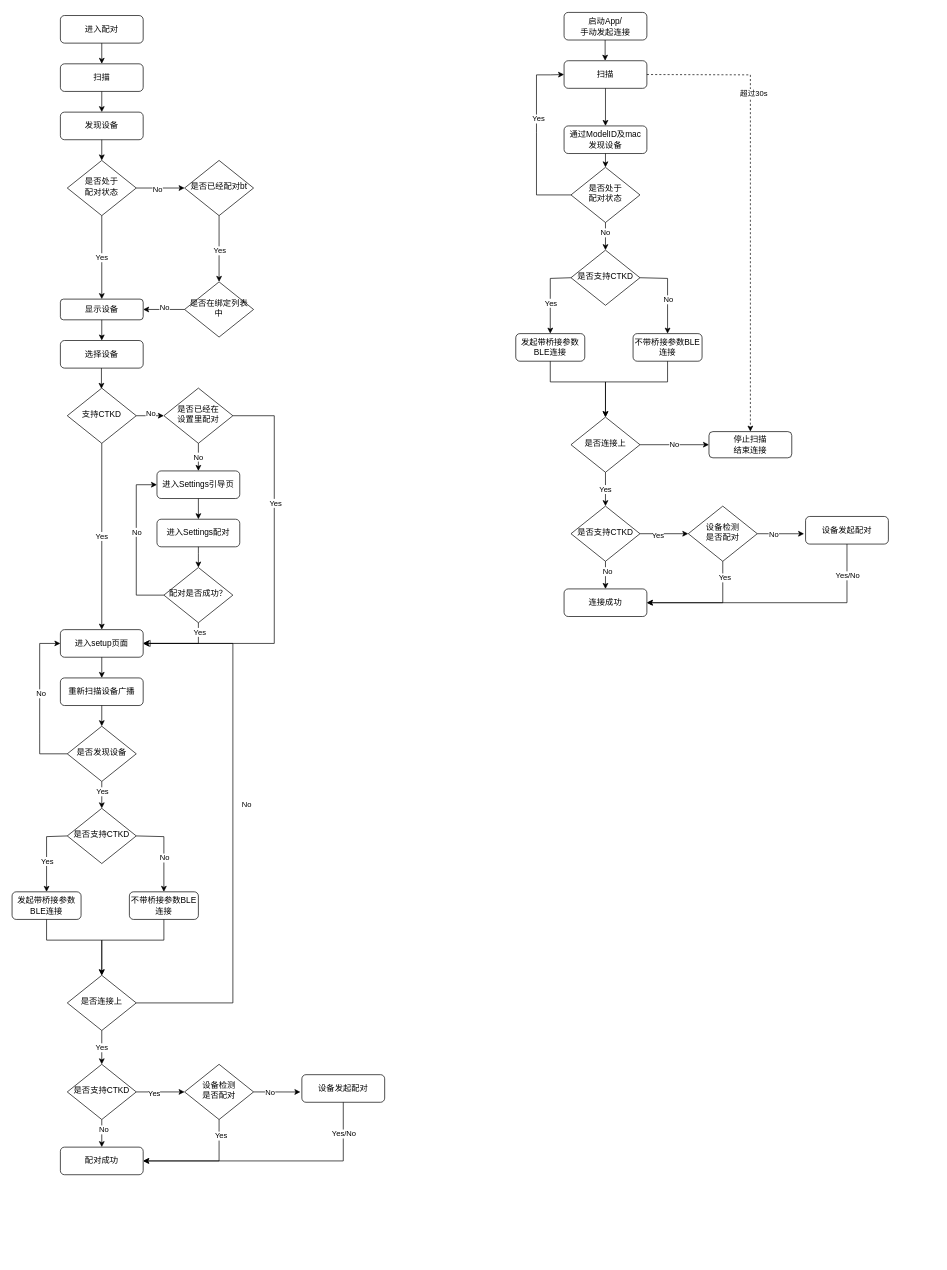
kuiiiiiii/ipaUpload keeps this draw.io diagram as 未命名绘图.drawio. Above is the earlier version. Source tidied: cells renumbered, new cells numbered last; positions are measured from the earlier drawing's top-left corner, leaving out a move shared by most shapes. Both pictures are drawn from the tidied source at 69%, with x=0, y=0 at pixel (12, 12).
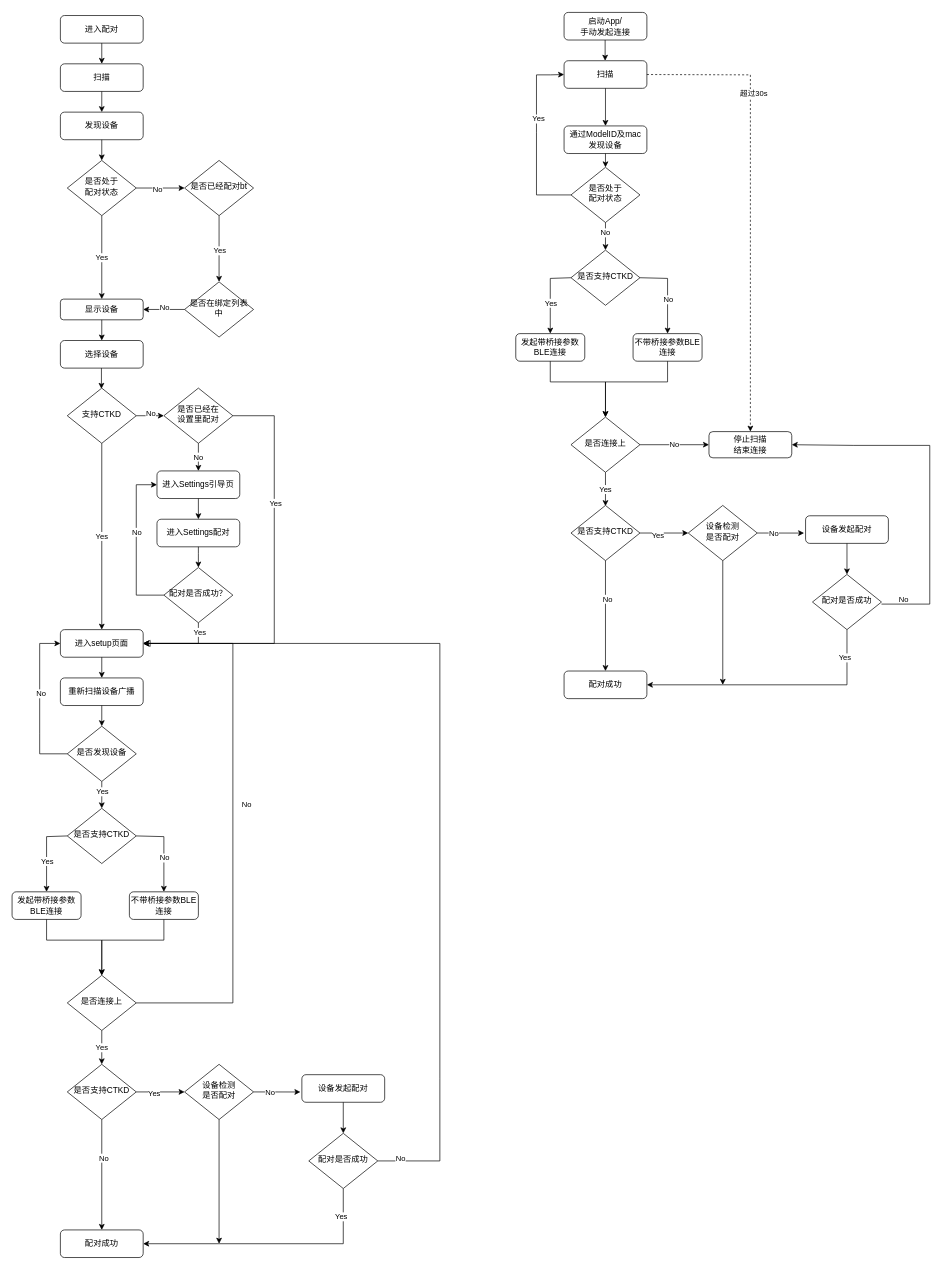
Above is the later version.

Unchanged cells that the change refers to:
```xml
<mxCell id="8" value="设备发起配对" style="rounded=1;whiteSpace=wrap;html=1;fontSize=12;glass=0;strokeWidth=1;shadow=0;" parent="1" vertex="1">
  <mxGeometry x="420" y="1539" width="120" height="40" as="geometry" />
</mxCell>
<mxCell id="18" value="设备检测&lt;br&gt;是否配对" style="rhombus;whiteSpace=wrap;html=1;shadow=0;fontFamily=Helvetica;fontSize=12;align=center;strokeWidth=1;spacing=6;spacingTop=-4;" parent="1" vertex="1">
  <mxGeometry x="250" y="1524" width="100" height="80" as="geometry" />
</mxCell>
<mxCell id="84" value="是否连接上" style="rhombus;whiteSpace=wrap;html=1;shadow=0;fontFamily=Helvetica;fontSize=12;align=center;strokeWidth=1;spacing=6;spacingTop=-4;" parent="1" vertex="1">
  <mxGeometry x="810" y="586" width="100" height="80" as="geometry" />
</mxCell>
<mxCell id="109" value="停止扫描&lt;br&gt;结束连接" style="rounded=1;whiteSpace=wrap;html=1;" parent="1" vertex="1">
  <mxGeometry x="1010" y="607" width="120" height="38" as="geometry" />
</mxCell>
```

Change to the diagram source:
```diff
@@
-    <mxCell id="21" style="endArrow=classic;html=1;rounded=0;exitX=0.5;exitY=1;exitDx=0;exitDy=0;" parent="1" edge="1" source="8">
+    <mxCell id="21" style="endArrow=classic;html=1;rounded=0;entryX=1;entryY=0.5;entryDx=0;entryDy=0;" parent="1" edge="1" target="77">
       <mxGeometry relative="1" as="geometry">
-        <mxPoint x="190" y="1664" as="targetPoint" />
+        <mxPoint x="480" y="1704" as="sourcePoint" />
         <Array as="points">
-          <mxPoint x="480" y="1664" />
+          <mxPoint x="480" y="1784" />
         </Array>
       </mxGeometry>
     </mxCell>
-    <mxCell id="22" value="Yes/No" style="edgeLabel;html=1;align=center;verticalAlign=middle;" parent="21" vertex="1">
+    <mxCell id="22" value="Yes" style="edgeLabel;html=1;align=center;verticalAlign=middle;" parent="21" vertex="1">
       <mxGeometry x="-0.44" y="-1" relative="1" as="geometry">
         <mxPoint x="20" y="-39" as="offset" />
       </mxGeometry>
     </mxCell>
@@
     <mxCell id="77" value="配对成功" style="rounded=1;whiteSpace=wrap;html=1;fontSize=12;glass=0;strokeWidth=1;shadow=0;" parent="1" vertex="1">
-      <mxGeometry x="70" y="1644" width="120" height="40" as="geometry" />
+      <mxGeometry x="70" y="1764" width="120" height="40" as="geometry" />
     </mxCell>
@@
-    <mxCell id="80" style="endArrow=classic;html=1;rounded=0;exitX=0.5;exitY=1;exitDx=0;exitDy=0;entryX=1;entryY=0.5;entryDx=0;entryDy=0;" parent="1" edge="1" source="18" target="77">
-      <mxGeometry relative="1" as="geometry">
-        <Array as="points">
-          <mxPoint x="300" y="1664" />
-        </Array>
-      </mxGeometry>
-    </mxCell>
-    <mxCell id="81" value="Yes" style="edgeLabel;html=1;align=center;verticalAlign=middle;" parent="80" vertex="1">
-      <mxGeometry x="-0.73" y="2" relative="1" as="geometry" />
-    </mxCell>
@@
-    <mxCell id="83" value="设备发起配对" style="rounded=1;whiteSpace=wrap;html=1;fontSize=12;glass=0;strokeWidth=1;shadow=0;" parent="1" vertex="1">
-      <mxGeometry x="1150" y="730" width="120" height="40" as="geometry" />
-    </mxCell>
@@
-    <mxCell id="86" style="edgeStyle=orthogonalEdgeStyle;rounded=0;jettySize=auto;html=1;exitX=1;exitY=0.5;exitDx=0;exitDy=0;entryX=0;entryY=0.5;entryDx=0;entryDy=0;" parent="1" edge="1" source="100" target="88">
-      <mxGeometry relative="1" as="geometry" />
-    </mxCell>
-    <mxCell id="87" value="Yes" style="edgeLabel;html=1;align=center;verticalAlign=middle;" parent="86" vertex="1">
-      <mxGeometry x="-0.28" y="-1" relative="1" as="geometry">
-        <mxPoint y="1" as="offset" />
-      </mxGeometry>
-    </mxCell>
-    <mxCell id="88" value="设备检测&lt;br&gt;是否配对" style="rhombus;whiteSpace=wrap;html=1;shadow=0;fontFamily=Helvetica;fontSize=12;align=center;strokeWidth=1;spacing=6;spacingTop=-4;" parent="1" vertex="1">
-      <mxGeometry x="980" y="715" width="100" height="80" as="geometry" />
-    </mxCell>
-    <mxCell id="89" style="endArrow=classic;html=1;rounded=0;exitX=1;exitY=0.5;exitDx=0;exitDy=0;entryX=-0.018;entryY=0.627;entryDx=0;entryDy=0;entryPerimeter=0;" parent="1" edge="1" source="88" target="83">
-      <mxGeometry relative="1" as="geometry" />
-    </mxCell>
-    <mxCell id="90" value="No" style="edgeLabel;html=1;align=center;verticalAlign=middle;" parent="89" vertex="1">
-      <mxGeometry x="-0.32" y="1" relative="1" as="geometry">
-        <mxPoint y="1" as="offset" />
-      </mxGeometry>
-    </mxCell>
-    <mxCell id="91" style="endArrow=classic;html=1;rounded=0;exitX=0.5;exitY=1;exitDx=0;exitDy=0;" parent="1" edge="1" source="83">
-      <mxGeometry relative="1" as="geometry">
-        <mxPoint x="920" y="855" as="targetPoint" />
-        <Array as="points">
-          <mxPoint x="1210" y="855" />
-        </Array>
-      </mxGeometry>
-    </mxCell>
-    <mxCell id="92" value="Yes/No" style="edgeLabel;html=1;align=center;verticalAlign=middle;" parent="91" vertex="1">
-      <mxGeometry x="-0.44" y="-1" relative="1" as="geometry">
-        <mxPoint x="20" y="-39" as="offset" />
-      </mxGeometry>
-    </mxCell>
@@
-    <mxCell id="100" value="是否支持CTKD" style="rhombus;whiteSpace=wrap;html=1;shadow=0;fontFamily=Helvetica;fontSize=12;align=center;strokeWidth=1;spacing=6;spacingTop=-4;" parent="1" vertex="1">
-      <mxGeometry x="810" y="715" width="100" height="80" as="geometry" />
-    </mxCell>
-    <mxCell id="101" value="Yes" style="endArrow=classic;html=1;rounded=0;exitX=0.5;exitY=1;exitDx=0;exitDy=0;entryX=0.5;entryY=0;entryDx=0;entryDy=0;" parent="1" edge="1" source="84" target="100">
-      <mxGeometry relative="1" as="geometry" />
+    <mxCell id="101" value="Yes" style="endArrow=classic;html=1;rounded=0;exitX=0.5;exitY=1;exitDx=0;exitDy=0;entryX=0.5;entryY=0;entryDx=0;entryDy=0;" parent="1" edge="1" source="84">
+      <mxGeometry relative="1" as="geometry">
+        <mxPoint x="860" y="715" as="targetPoint" />
+      </mxGeometry>
     </mxCell>
-    <mxCell id="102" value="连接成功" style="rounded=1;whiteSpace=wrap;html=1;fontSize=12;glass=0;strokeWidth=1;shadow=0;" parent="1" vertex="1">
-      <mxGeometry x="800" y="835" width="120" height="40" as="geometry" />
-    </mxCell>
-    <mxCell id="103" style="endArrow=classic;html=1;rounded=0;exitX=0.5;exitY=1;exitDx=0;exitDy=0;entryX=0.5;entryY=0;entryDx=0;entryDy=0;" parent="1" edge="1" source="100" target="102">
-      <mxGeometry relative="1" as="geometry" />
-    </mxCell>
-    <mxCell id="104" value="No" style="edgeLabel;html=1;align=center;verticalAlign=middle;" parent="103" vertex="1">
-      <mxGeometry x="-0.31" y="2" relative="1" as="geometry" />
-    </mxCell>
-    <mxCell id="105" style="endArrow=classic;html=1;rounded=0;exitX=0.5;exitY=1;exitDx=0;exitDy=0;entryX=1;entryY=0.5;entryDx=0;entryDy=0;" parent="1" edge="1" source="88" target="102">
-      <mxGeometry relative="1" as="geometry">
-        <Array as="points">
-          <mxPoint x="1030" y="855" />
-        </Array>
-      </mxGeometry>
-    </mxCell>
-    <mxCell id="106" value="Yes" style="edgeLabel;html=1;align=center;verticalAlign=middle;" parent="105" vertex="1">
-      <mxGeometry x="-0.73" y="2" relative="1" as="geometry" />
-    </mxCell>
@@
+    <mxCell id="114" value="配对是否成功" style="rhombus;whiteSpace=wrap;html=1;shadow=0;fontFamily=Helvetica;fontSize=12;align=center;strokeWidth=1;spacing=6;spacingTop=-4;" parent="1" vertex="1">
+      <mxGeometry x="430" y="1624" width="100" height="80" as="geometry" />
+    </mxCell>
+    <mxCell id="115" style="endArrow=classic;html=1;rounded=0;exitX=0.5;exitY=1;exitDx=0;exitDy=0;" parent="1" edge="1" source="18">
+      <mxGeometry relative="1" as="geometry">
+        <mxPoint x="300" y="1784" as="targetPoint" />
+      </mxGeometry>
+    </mxCell>
+    <mxCell id="116" style="endArrow=classic;html=1;rounded=0;exitX=0.5;exitY=1;exitDx=0;exitDy=0;entryX=0.5;entryY=0;entryDx=0;entryDy=0;" parent="1" edge="1" source="8" target="114">
+      <mxGeometry relative="1" as="geometry" />
+    </mxCell>
+    <mxCell id="117" style="endArrow=classic;html=1;rounded=0;exitX=1;exitY=0.5;exitDx=0;exitDy=0;" parent="1" edge="1" source="114">
+      <mxGeometry relative="1" as="geometry">
+        <mxPoint x="190" y="914" as="targetPoint" />
+        <Array as="points">
+          <mxPoint x="620" y="1664" />
+          <mxPoint x="620" y="1544" />
+          <mxPoint x="620" y="914" />
+        </Array>
+      </mxGeometry>
+    </mxCell>
+    <mxCell id="118" value="No" style="edgeLabel;html=1;align=center;verticalAlign=middle;" parent="117" vertex="1">
+      <mxGeometry x="-0.95" y="5" relative="1" as="geometry" />
+    </mxCell>
+    <mxCell id="83" value="设备发起配对" style="rounded=1;whiteSpace=wrap;html=1;fontSize=12;glass=0;strokeWidth=1;shadow=0;" parent="1" vertex="1">
+      <mxGeometry x="1150" y="729" width="120" height="40" as="geometry" />
+    </mxCell>
+    <mxCell id="86" style="edgeStyle=orthogonalEdgeStyle;rounded=0;jettySize=auto;html=1;exitX=1;exitY=0.5;exitDx=0;exitDy=0;entryX=0;entryY=0.5;entryDx=0;entryDy=0;" parent="1" edge="1" source="100" target="88">
+      <mxGeometry relative="1" as="geometry" />
+    </mxCell>
+    <mxCell id="119" value="Yes" style="edgeLabel;html=1;align=center;verticalAlign=middle;" parent="86" vertex="1">
+      <mxGeometry x="-0.28" y="-1" relative="1" as="geometry">
+        <mxPoint y="1" as="offset" />
+      </mxGeometry>
+    </mxCell>
+    <mxCell id="88" value="设备检测&lt;br&gt;是否配对" style="rhombus;whiteSpace=wrap;html=1;shadow=0;fontFamily=Helvetica;fontSize=12;align=center;strokeWidth=1;spacing=6;spacingTop=-4;" parent="1" vertex="1">
+      <mxGeometry x="980" y="714" width="100" height="80" as="geometry" />
+    </mxCell>
+    <mxCell id="89" style="endArrow=classic;html=1;rounded=0;exitX=1;exitY=0.5;exitDx=0;exitDy=0;entryX=-0.018;entryY=0.627;entryDx=0;entryDy=0;entryPerimeter=0;" parent="1" edge="1" source="88" target="83">
+      <mxGeometry relative="1" as="geometry" />
+    </mxCell>
+    <mxCell id="120" value="No" style="edgeLabel;html=1;align=center;verticalAlign=middle;" parent="89" vertex="1">
+      <mxGeometry x="-0.32" y="1" relative="1" as="geometry">
+        <mxPoint y="1" as="offset" />
+      </mxGeometry>
+    </mxCell>
+    <mxCell id="121" style="endArrow=classic;html=1;rounded=0;entryX=1;entryY=0.5;entryDx=0;entryDy=0;" parent="1" edge="1" target="123">
+      <mxGeometry relative="1" as="geometry">
+        <mxPoint x="1210" y="894" as="sourcePoint" />
+        <Array as="points">
+          <mxPoint x="1210" y="974" />
+        </Array>
+      </mxGeometry>
+    </mxCell>
+    <mxCell id="122" value="Yes" style="edgeLabel;html=1;align=center;verticalAlign=middle;" parent="121" vertex="1">
+      <mxGeometry x="-0.44" y="-1" relative="1" as="geometry">
+        <mxPoint x="20" y="-39" as="offset" />
+      </mxGeometry>
+    </mxCell>
+    <mxCell id="100" value="是否支持CTKD" style="rhombus;whiteSpace=wrap;html=1;shadow=0;fontFamily=Helvetica;fontSize=12;align=center;strokeWidth=1;spacing=6;spacingTop=-4;" parent="1" vertex="1">
+      <mxGeometry x="810" y="714" width="100" height="80" as="geometry" />
+    </mxCell>
+    <mxCell id="123" value="配对成功" style="rounded=1;whiteSpace=wrap;html=1;fontSize=12;glass=0;strokeWidth=1;shadow=0;" parent="1" vertex="1">
+      <mxGeometry x="800" y="954" width="120" height="40" as="geometry" />
+    </mxCell>
+    <mxCell id="124" style="endArrow=classic;html=1;rounded=0;exitX=0.5;exitY=1;exitDx=0;exitDy=0;entryX=0.5;entryY=0;entryDx=0;entryDy=0;" parent="1" edge="1" source="100" target="123">
+      <mxGeometry relative="1" as="geometry" />
+    </mxCell>
+    <mxCell id="125" value="No" style="edgeLabel;html=1;align=center;verticalAlign=middle;" parent="124" vertex="1">
+      <mxGeometry x="-0.31" y="2" relative="1" as="geometry" />
+    </mxCell>
+    <mxCell id="126" value="配对是否成功" style="rhombus;whiteSpace=wrap;html=1;shadow=0;fontFamily=Helvetica;fontSize=12;align=center;strokeWidth=1;spacing=6;spacingTop=-4;" parent="1" vertex="1">
+      <mxGeometry x="1160" y="814" width="100" height="80" as="geometry" />
+    </mxCell>
+    <mxCell id="127" style="endArrow=classic;html=1;rounded=0;exitX=0.5;exitY=1;exitDx=0;exitDy=0;" parent="1" edge="1" source="88">
+      <mxGeometry relative="1" as="geometry">
+        <mxPoint x="1030" y="974" as="targetPoint" />
+      </mxGeometry>
+    </mxCell>
+    <mxCell id="128" style="endArrow=classic;html=1;rounded=0;exitX=0.5;exitY=1;exitDx=0;exitDy=0;entryX=0.5;entryY=0;entryDx=0;entryDy=0;" parent="1" edge="1" source="83" target="126">
+      <mxGeometry relative="1" as="geometry" />
+    </mxCell>
+    <mxCell id="129" value="No" style="edgeLabel;html=1;align=center;verticalAlign=middle;" parent="1" vertex="1">
+      <mxGeometry x="1291.1" y="849" as="geometry" />
+    </mxCell>
+    <mxCell id="130" style="endArrow=classic;html=1;rounded=0;exitX=1;exitY=0.5;exitDx=0;exitDy=0;entryX=1;entryY=0.5;entryDx=0;entryDy=0;" parent="1" edge="1" target="109">
+      <mxGeometry relative="1" as="geometry">
+        <mxPoint x="1260" y="857" as="sourcePoint" />
+        <Array as="points">
+          <mxPoint x="1330" y="857" />
+          <mxPoint x="1330" y="627" />
+          <mxPoint x="1220" y="627" />
+        </Array>
+      </mxGeometry>
+    </mxCell>
```
